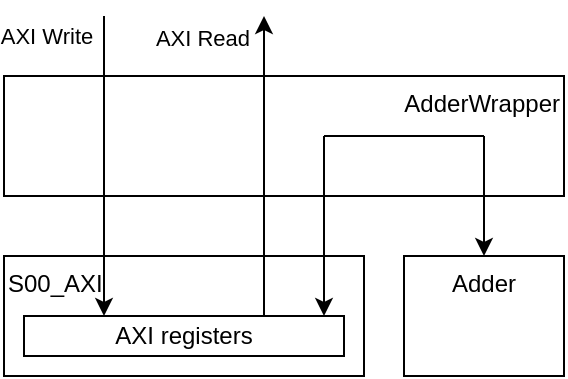
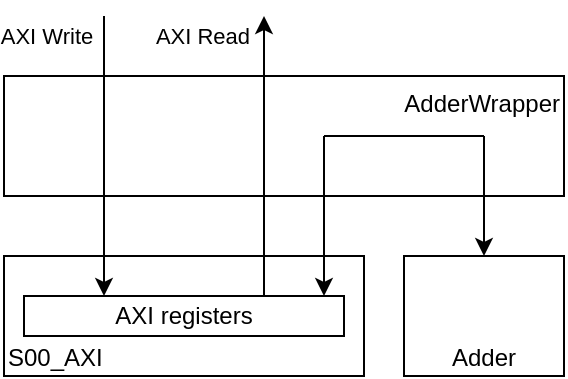
- <mxfile host="app.diagrams.net" agent="Mozilla/5.0 (Windows NT 10.0; Win64; x64) AppleWebKit/537.36 (KHTML, like Gecko) Chrome/146.0.0.0 Safari/537.36" version="29.6.4">
-   <diagram name="第1頁" id="F9UWiK7g2PMmBAEULQ1I">
-     <mxGraphModel dx="374" dy="219" grid="1" gridSize="10" guides="1" tooltips="1" connect="1" arrows="1" fold="1" page="1" pageScale="1" pageWidth="1500" pageHeight="1000" math="0" shadow="0">
+ <mxfile host="app.diagrams.net" agent="Mozilla/5.0 (Windows NT 10.0; Win64; x64) AppleWebKit/537.36 (KHTML, like Gecko) Chrome/146.0.0.0 Safari/537.36" pages="2">
+   <diagram name="AXILite" id="F9UWiK7g2PMmBAEULQ1I">
+     <mxGraphModel dx="442" dy="243" grid="1" gridSize="10" guides="1" tooltips="1" connect="1" arrows="1" fold="1" page="1" pageScale="1" pageWidth="1500" pageHeight="1000" math="0" shadow="0">
      <root>
        <mxCell id="0" />
        <mxCell id="1" parent="0" />
-         <mxCell id="EeLhzbgypG-Il_QpvJ26-1" parent="1" style="rounded=0;whiteSpace=wrap;html=1;align=center;verticalAlign=top;" value="Adder" vertex="1">
+         <mxCell id="EeLhzbgypG-Il_QpvJ26-1" parent="1" style="rounded=0;whiteSpace=wrap;html=1;align=center;verticalAlign=bottom;" value="Adder" vertex="1">
          <mxGeometry height="60" width="80" x="400" y="240" as="geometry" />
        </mxCell>
-         <mxCell id="EeLhzbgypG-Il_QpvJ26-2" parent="1" style="rounded=0;whiteSpace=wrap;html=1;verticalAlign=top;align=left;" value="S00_AXI" vertex="1">
+         <mxCell id="EeLhzbgypG-Il_QpvJ26-2" parent="1" style="rounded=0;whiteSpace=wrap;html=1;verticalAlign=bottom;align=left;" value="S00_AXI" vertex="1">
          <mxGeometry height="60" width="180" x="200" y="240" as="geometry" />
        </mxCell>
        <mxCell id="EeLhzbgypG-Il_QpvJ26-3" parent="1" style="rounded=0;whiteSpace=wrap;html=1;verticalAlign=top;align=right;" value="AdderWrapper" vertex="1">
          <mxGeometry height="60" width="280" x="200" y="150" as="geometry" />
        </mxCell>
        <mxCell id="EeLhzbgypG-Il_QpvJ26-4" edge="1" parent="1" style="endArrow=classic;html=1;rounded=0;entryX=0.25;entryY=0;entryDx=0;entryDy=0;" target="EeLhzbgypG-Il_QpvJ26-5" value="">
          <mxGeometry height="50" relative="1" width="50" as="geometry">
            <mxPoint x="250" y="120" as="sourcePoint" />
            <mxPoint x="430" y="220" as="targetPoint" />
          </mxGeometry>
        </mxCell>
        <mxCell id="0KL6DqeJamy1Fo6xNXgO-1" connectable="0" parent="EeLhzbgypG-Il_QpvJ26-4" style="edgeLabel;html=1;align=center;verticalAlign=middle;resizable=0;points=[];" value="AXI Write" vertex="1">
          <mxGeometry relative="1" x="-0.8844" y="-1" as="geometry">
-             <mxPoint x="-28" y="1" as="offset" />
+             <mxPoint x="-28" y="2" as="offset" />
          </mxGeometry>
        </mxCell>
        <mxCell id="EeLhzbgypG-Il_QpvJ26-5" parent="1" style="rounded=0;whiteSpace=wrap;html=1;" value="AXI registers" vertex="1">
-           <mxGeometry height="20" width="160" x="210" y="270" as="geometry" />
+           <mxGeometry height="20" width="160" x="210" y="260" as="geometry" />
        </mxCell>
        <mxCell id="0KL6DqeJamy1Fo6xNXgO-2" edge="1" parent="1" source="EeLhzbgypG-Il_QpvJ26-5" style="endArrow=classic;html=1;rounded=0;exitX=0.75;exitY=0;exitDx=0;exitDy=0;" value="">
          <mxGeometry height="50" relative="1" width="50" as="geometry">
            <mxPoint x="320" y="240" as="sourcePoint" />
            <mxPoint x="330" y="120" as="targetPoint" />
          </mxGeometry>
        </mxCell>
        <mxCell id="0KL6DqeJamy1Fo6xNXgO-3" connectable="0" parent="0KL6DqeJamy1Fo6xNXgO-2" style="edgeLabel;html=1;align=center;verticalAlign=middle;resizable=0;points=[];" value="AXI Read" vertex="1">
          <mxGeometry relative="1" x="-0.8844" y="-1" as="geometry">
-             <mxPoint x="-32" y="-131" as="offset" />
+             <mxPoint x="-32" y="-122" as="offset" />
          </mxGeometry>
        </mxCell>
        <mxCell id="0KL6DqeJamy1Fo6xNXgO-6" edge="1" parent="1" style="endArrow=none;html=1;rounded=0;startArrow=classic;startFill=1;" value="">
          <mxGeometry height="50" relative="1" width="50" as="geometry">
-             <mxPoint x="360" y="270" as="sourcePoint" />
+             <mxPoint x="360" y="260" as="sourcePoint" />
            <mxPoint x="360" y="180" as="targetPoint" />
          </mxGeometry>
        </mxCell>
        <mxCell id="0KL6DqeJamy1Fo6xNXgO-7" edge="1" parent="1" style="endArrow=none;html=1;rounded=0;" value="">
          <mxGeometry height="50" relative="1" width="50" as="geometry">
            <mxPoint x="440" y="180" as="sourcePoint" />
            <mxPoint x="360" y="180" as="targetPoint" />
          </mxGeometry>
        </mxCell>
        <mxCell id="0KL6DqeJamy1Fo6xNXgO-8" edge="1" parent="1" style="endArrow=classic;html=1;rounded=0;entryX=0.5;entryY=0;entryDx=0;entryDy=0;" target="EeLhzbgypG-Il_QpvJ26-1" value="">
          <mxGeometry height="50" relative="1" width="50" as="geometry">
            <mxPoint x="440" y="180" as="sourcePoint" />
            <mxPoint x="350" y="170" as="targetPoint" />
          </mxGeometry>
        </mxCell>
      </root>
    </mxGraphModel>
  </diagram>
+   <diagram name="AXIStream" id="cW4-49C6aOvwGolHwuCU">
+     <mxGraphModel dx="645" dy="354" grid="1" gridSize="10" guides="1" tooltips="1" connect="0" arrows="0" fold="1" page="1" pageScale="1" pageWidth="1500" pageHeight="1000" math="0" shadow="0">
+       <root>
+         <mxCell id="0F6tLDlirEh463XQu7Ow-0" />
+         <mxCell id="0F6tLDlirEh463XQu7Ow-1" parent="0F6tLDlirEh463XQu7Ow-0" />
+         <mxCell id="0F6tLDlirEh463XQu7Ow-2" parent="0F6tLDlirEh463XQu7Ow-1" style="rounded=0;whiteSpace=wrap;html=1;align=center;verticalAlign=middle;" value="StreamAdder" vertex="1">
+           <mxGeometry height="60" width="80" x="470" y="240" as="geometry" />
+         </mxCell>
+         <mxCell id="0F6tLDlirEh463XQu7Ow-3" parent="0F6tLDlirEh463XQu7Ow-1" style="rounded=0;whiteSpace=wrap;html=1;verticalAlign=bottom;align=left;" value="S00_AXI" vertex="1">
+           <mxGeometry height="60" width="150" x="200" y="240" as="geometry" />
+         </mxCell>
+         <mxCell id="0F6tLDlirEh463XQu7Ow-4" parent="0F6tLDlirEh463XQu7Ow-1" style="rounded=0;whiteSpace=wrap;html=1;verticalAlign=top;align=center;" value="AdderWrapper" vertex="1">
+           <mxGeometry height="60" width="350" x="200" y="150" as="geometry" />
+         </mxCell>
+         <mxCell id="0F6tLDlirEh463XQu7Ow-5" edge="1" parent="0F6tLDlirEh463XQu7Ow-1" style="endArrow=classic;html=1;rounded=0;" value="">
+           <mxGeometry height="50" relative="1" width="50" as="geometry">
+             <mxPoint x="250" y="120" as="sourcePoint" />
+             <mxPoint x="250" y="261" as="targetPoint" />
+           </mxGeometry>
+         </mxCell>
+         <mxCell id="0F6tLDlirEh463XQu7Ow-6" connectable="0" parent="0F6tLDlirEh463XQu7Ow-5" style="edgeLabel;html=1;align=center;verticalAlign=middle;resizable=0;points=[];" value="AXI Write" vertex="1">
+           <mxGeometry relative="1" as="geometry">
+             <mxPoint x="-28" y="-55" as="offset" />
+           </mxGeometry>
+         </mxCell>
+         <mxCell id="0F6tLDlirEh463XQu7Ow-7" parent="0F6tLDlirEh463XQu7Ow-1" style="rounded=0;whiteSpace=wrap;html=1;" value="AXI registers" vertex="1">
+           <mxGeometry height="20" width="130" x="210" y="260" as="geometry" />
+         </mxCell>
+         <mxCell id="0F6tLDlirEh463XQu7Ow-8" edge="1" parent="0F6tLDlirEh463XQu7Ow-1" style="endArrow=classic;html=1;rounded=0;" value="">
+           <mxGeometry height="50" relative="1" width="50" as="geometry">
+             <mxPoint x="310" y="259" as="sourcePoint" />
+             <mxPoint x="310" y="120" as="targetPoint" />
+           </mxGeometry>
+         </mxCell>
+         <mxCell id="0F6tLDlirEh463XQu7Ow-9" connectable="0" parent="0F6tLDlirEh463XQu7Ow-8" style="edgeLabel;html=1;align=center;verticalAlign=middle;resizable=0;points=[];" value="AXI Read" vertex="1">
+           <mxGeometry relative="1" as="geometry">
+             <mxPoint x="-32" y="-55" as="offset" />
+           </mxGeometry>
+         </mxCell>
+         <mxCell id="t530MOy3lU5PBBilyT_X-2" parent="0F6tLDlirEh463XQu7Ow-1" style="rounded=0;whiteSpace=wrap;html=1;verticalAlign=bottom;align=left;" value="S00_AXIS" vertex="1">
+           <mxGeometry height="60" width="100" x="360" y="240" as="geometry" />
+         </mxCell>
+         <mxCell id="t530MOy3lU5PBBilyT_X-0" edge="1" parent="0F6tLDlirEh463XQu7Ow-1" style="endArrow=classic;html=1;rounded=0;entryX=0.25;entryY=0;entryDx=0;entryDy=0;" value="">
+           <mxGeometry height="50" relative="1" width="50" as="geometry">
+             <mxPoint x="430" y="120" as="sourcePoint" />
+             <mxPoint x="430" y="260" as="targetPoint" />
+           </mxGeometry>
+         </mxCell>
+         <mxCell id="t530MOy3lU5PBBilyT_X-1" connectable="0" parent="t530MOy3lU5PBBilyT_X-0" style="edgeLabel;html=1;align=center;verticalAlign=middle;resizable=0;points=[];" value="AXI Stream" vertex="1">
+           <mxGeometry relative="1" as="geometry">
+             <mxPoint x="-33" y="-55" as="offset" />
+           </mxGeometry>
+         </mxCell>
+         <mxCell id="t530MOy3lU5PBBilyT_X-3" parent="0F6tLDlirEh463XQu7Ow-1" style="rounded=0;whiteSpace=wrap;html=1;" value="FIFO memory" vertex="1">
+           <mxGeometry height="20" width="80" x="370" y="260" as="geometry" />
+         </mxCell>
+         <mxCell id="t530MOy3lU5PBBilyT_X-4" parent="0F6tLDlirEh463XQu7Ow-1" style="rounded=0;whiteSpace=wrap;html=1;align=center;verticalAlign=middle;" value="StreamAdder" vertex="1">
+           <mxGeometry height="60" width="150" x="400" y="450" as="geometry" />
+         </mxCell>
+         <mxCell id="t530MOy3lU5PBBilyT_X-5" parent="0F6tLDlirEh463XQu7Ow-1" style="rounded=0;whiteSpace=wrap;html=1;verticalAlign=bottom;align=left;" value="S00_AXI" vertex="1">
+           <mxGeometry height="60" width="150" x="200" y="450" as="geometry" />
+         </mxCell>
+         <mxCell id="t530MOy3lU5PBBilyT_X-6" parent="0F6tLDlirEh463XQu7Ow-1" style="rounded=0;whiteSpace=wrap;html=1;verticalAlign=top;align=right;" value="AdderWrapper" vertex="1">
+           <mxGeometry height="60" width="350" x="200" y="360" as="geometry" />
+         </mxCell>
+         <mxCell id="t530MOy3lU5PBBilyT_X-7" edge="1" parent="0F6tLDlirEh463XQu7Ow-1" style="endArrow=classic;html=1;rounded=0;" value="">
+           <mxGeometry height="50" relative="1" width="50" as="geometry">
+             <mxPoint x="250" y="330" as="sourcePoint" />
+             <mxPoint x="250" y="471" as="targetPoint" />
+           </mxGeometry>
+         </mxCell>
+         <mxCell id="t530MOy3lU5PBBilyT_X-8" connectable="0" parent="t530MOy3lU5PBBilyT_X-7" style="edgeLabel;html=1;align=center;verticalAlign=middle;resizable=0;points=[];" value="AXI Write" vertex="1">
+           <mxGeometry relative="1" as="geometry">
+             <mxPoint x="-28" y="-55" as="offset" />
+           </mxGeometry>
+         </mxCell>
+         <mxCell id="t530MOy3lU5PBBilyT_X-9" parent="0F6tLDlirEh463XQu7Ow-1" style="rounded=0;whiteSpace=wrap;html=1;" value="AXI registers" vertex="1">
+           <mxGeometry height="20" width="130" x="210" y="470" as="geometry" />
+         </mxCell>
+         <mxCell id="t530MOy3lU5PBBilyT_X-10" edge="1" parent="0F6tLDlirEh463XQu7Ow-1" style="endArrow=classic;html=1;rounded=0;" value="">
+           <mxGeometry height="50" relative="1" width="50" as="geometry">
+             <mxPoint x="310" y="469" as="sourcePoint" />
+             <mxPoint x="310" y="330" as="targetPoint" />
+           </mxGeometry>
+         </mxCell>
+         <mxCell id="t530MOy3lU5PBBilyT_X-11" connectable="0" parent="t530MOy3lU5PBBilyT_X-10" style="edgeLabel;html=1;align=center;verticalAlign=middle;resizable=0;points=[];" value="AXI Read" vertex="1">
+           <mxGeometry relative="1" as="geometry">
+             <mxPoint x="-32" y="-55" as="offset" />
+           </mxGeometry>
+         </mxCell>
+         <mxCell id="t530MOy3lU5PBBilyT_X-13" edge="1" parent="0F6tLDlirEh463XQu7Ow-1" style="endArrow=classic;html=1;rounded=0;" value="">
+           <mxGeometry height="50" relative="1" width="50" as="geometry">
+             <mxPoint x="460" y="330" as="sourcePoint" />
+             <mxPoint x="460" y="450" as="targetPoint" />
+           </mxGeometry>
+         </mxCell>
+         <mxCell id="t530MOy3lU5PBBilyT_X-14" connectable="0" parent="t530MOy3lU5PBBilyT_X-13" style="edgeLabel;html=1;align=center;verticalAlign=middle;resizable=0;points=[];" value="AXI Stream" vertex="1">
+           <mxGeometry relative="1" as="geometry">
+             <mxPoint x="-33" y="-55" as="offset" />
+           </mxGeometry>
+         </mxCell>
+         <mxCell id="E2e7BvjFju3qpehqHUug-0" edge="1" parent="0F6tLDlirEh463XQu7Ow-1" style="endArrow=none;html=1;rounded=0;startArrow=classic;startFill=1;" value="">
+           <mxGeometry height="50" relative="1" width="50" as="geometry">
+             <mxPoint x="330" y="470" as="sourcePoint" />
+             <mxPoint x="330" y="390" as="targetPoint" />
+           </mxGeometry>
+         </mxCell>
+         <mxCell id="E2e7BvjFju3qpehqHUug-1" edge="1" parent="0F6tLDlirEh463XQu7Ow-1" style="endArrow=none;html=1;rounded=0;" value="">
+           <mxGeometry height="50" relative="1" width="50" as="geometry">
+             <mxPoint x="430" y="390" as="sourcePoint" />
+             <mxPoint x="330" y="390" as="targetPoint" />
+           </mxGeometry>
+         </mxCell>
+         <mxCell id="E2e7BvjFju3qpehqHUug-2" edge="1" parent="0F6tLDlirEh463XQu7Ow-1" style="endArrow=classic;html=1;rounded=0;entryX=0.5;entryY=0;entryDx=0;entryDy=0;" value="">
+           <mxGeometry height="50" relative="1" width="50" as="geometry">
+             <mxPoint x="430" y="390" as="sourcePoint" />
+             <mxPoint x="430" y="450" as="targetPoint" />
+           </mxGeometry>
+         </mxCell>
+       </root>
+     </mxGraphModel>
+   </diagram>
</mxfile>
